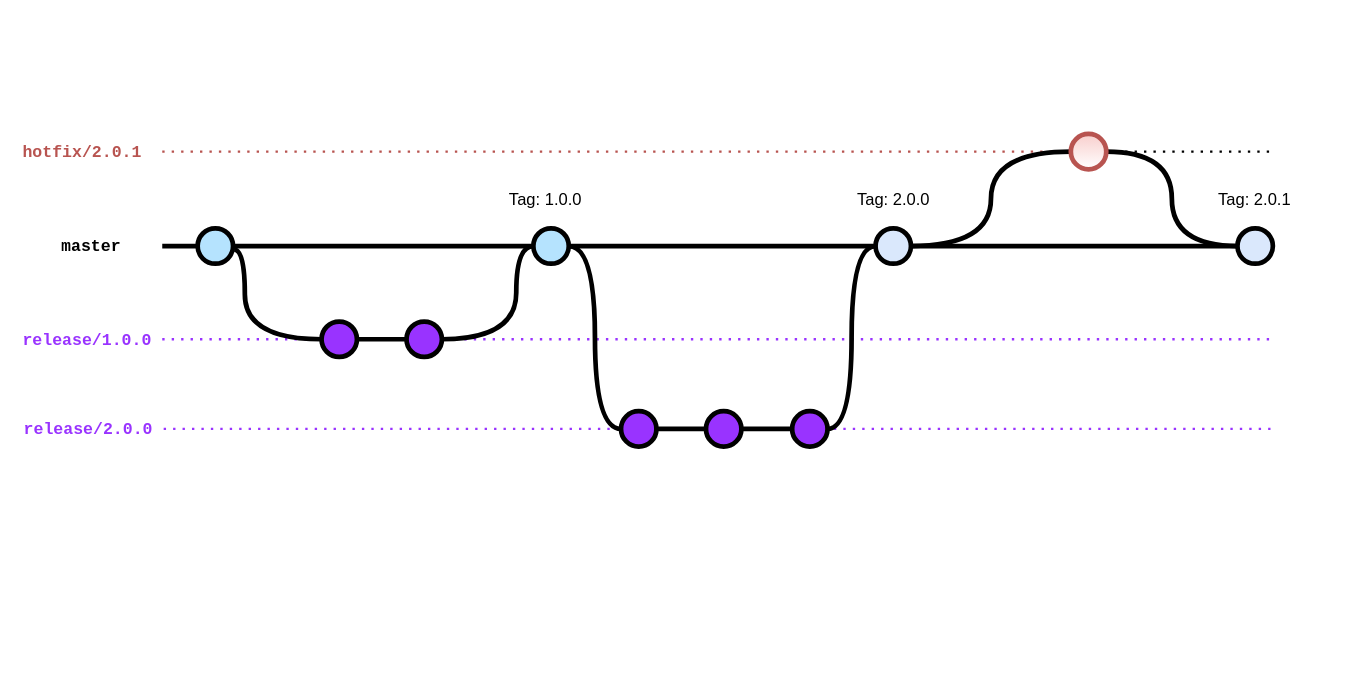
jmrablat/diagrams keeps this draw.io diagram as page "GIT - flow SDM" (4 of 4) of cashmgmt.drawio. Above is the earlier version. Source tidied: cells renumbered, new cells numbered last; positions are measured from the earlier drawing's top-left corner, leaving out a move shared by most shapes. Both pictures are drawn from the tidied source at 118%, with x=0, y=0 at pixel (20, 133).
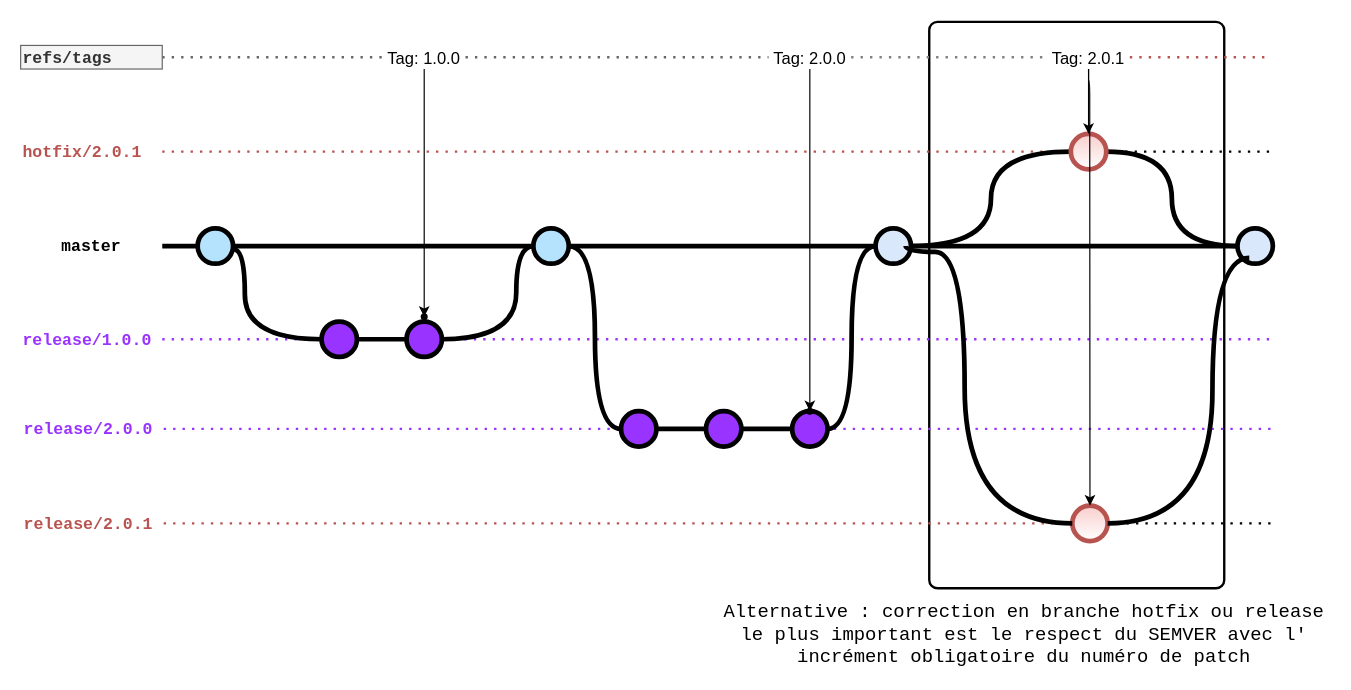
After the change.

Commit message (it also covers changes not shown here):
ajouté alternative pour correction et modifcations tags

The change refers to these unchanged cells:
```xml
<mxCell id="27" style="verticalLabelPosition=bottom;verticalAlign=top;html=1;strokeWidth=4;shape=mxgraph.flowchart.on-page_reference;plain-blue;gradientColor=#ffffff;strokeColor=#B85450;fillColor=#F8CECC;" parent="1" vertex="1">
  <mxGeometry x="890" width="30" height="30" as="geometry" />
</mxCell>
<mxCell id="29" style="verticalLabelPosition=bottom;verticalAlign=top;html=1;strokeWidth=4;shape=mxgraph.flowchart.on-page_reference;plain-blue;gradientColor=none;fillColor=#B5E3Fe;strokeColor=#000000;" parent="1" vertex="1">
  <mxGeometry x="150" y="80" width="30" height="30" as="geometry" />
</mxCell>
<mxCell id="32" style="verticalLabelPosition=bottom;verticalAlign=top;html=1;strokeWidth=4;shape=mxgraph.flowchart.on-page_reference;plain-purple;gradientColor=none;strokeColor=#000000;fillColor=#9933FF;" parent="1" vertex="1">
  <mxGeometry x="255" y="159" width="30" height="30" as="geometry" />
</mxCell>
```

Change to the diagram source:
```diff
@@
+    <mxCell id="36" style="rounded=1;whiteSpace=wrap;html=1;absoluteArcSize=1;arcSize=14;strokeWidth=2;fontFamily=Courier New;fontSize=16;fontColor=default;fillColor=none;" parent="1" vertex="1">
+      <mxGeometry x="770" y="-95" width="250" height="480" as="geometry" />
+    </mxCell>
@@
-    <mxCell id="21" value="Tag: 1.0.0" style="text;html=1;strokeColor=none;fillColor=none;align=center;verticalAlign=middle;whiteSpace=wrap;overflow=hidden;fontSize=14;" parent="1" vertex="1">
-      <mxGeometry x="410" y="45" width="70" height="20" as="geometry" />
-    </mxCell>
@@
-    <mxCell id="23" value="Tag: 2.0.1" style="text;html=1;strokeColor=none;fillColor=none;align=center;verticalAlign=middle;whiteSpace=wrap;overflow=hidden;fontSize=14;" parent="1" vertex="1">
-      <mxGeometry x="1011.2" y="45" width="70" height="20" as="geometry" />
-    </mxCell>
-    <mxCell id="24" value="Tag: 2.0.0" style="text;html=1;strokeColor=none;fillColor=none;align=center;verticalAlign=middle;whiteSpace=wrap;overflow=hidden;fontSize=14;" parent="1" vertex="1">
-      <mxGeometry x="704.5" y="45" width="70" height="20" as="geometry" />
-    </mxCell>
@@
+    <mxCell id="28" style="edgeStyle=orthogonalEdgeStyle;shape=connector;curved=1;rounded=0;jettySize=auto;html=1;labelBackgroundColor=default;fontFamily=Helvetica;fontSize=15;fontColor=default;endArrow=none;endFill=0;strokeColor=default;strokeWidth=4;entryX=0;entryY=0.5;entryDx=0;entryDy=0;entryPerimeter=0;exitX=1.033;exitY=0.6;exitDx=0;exitDy=0;exitPerimeter=0;" parent="1" edge="1" source="29" target="32">
+      <mxGeometry relative="1" as="geometry">
+        <Array as="points">
+          <mxPoint x="190" y="98" />
+          <mxPoint x="190" y="174" />
+        </Array>
+      </mxGeometry>
+    </mxCell>
@@
-    <mxCell id="28" style="edgeStyle=orthogonalEdgeStyle;shape=connector;curved=1;rounded=0;jettySize=auto;html=1;labelBackgroundColor=default;fontFamily=Helvetica;fontSize=15;fontColor=default;endArrow=none;endFill=0;strokeColor=default;strokeWidth=4;entryX=0;entryY=0.5;entryDx=0;entryDy=0;entryPerimeter=0;exitX=1.033;exitY=0.6;exitDx=0;exitDy=0;exitPerimeter=0;" parent="1" edge="1" source="29" target="32">
-      <mxGeometry relative="1" as="geometry">
-        <Array as="points">
-          <mxPoint x="190" y="98" />
-          <mxPoint x="190" y="174" />
-        </Array>
-      </mxGeometry>
-    </mxCell>
@@
+    <mxCell id="37" style="endArrow=none;dashed=1;html=1;dashPattern=1 3;strokeWidth=2;rounded=0;fontColor=#B85450;exitX=1;exitY=0.5;exitDx=0;exitDy=0;strokeColor=#B85450;startArrow=none;" parent="1" edge="1" source="23">
+      <mxGeometry relative="1" as="geometry">
+        <mxPoint x="1060" y="-65" as="targetPoint" />
+      </mxGeometry>
+    </mxCell>
+    <mxCell id="38" style="edgeStyle=orthogonalEdgeStyle;curved=1;rounded=0;jettySize=auto;html=1;" parent="1" edge="1" source="21" target="44">
+      <mxGeometry relative="1" as="geometry" />
+    </mxCell>
+    <mxCell id="21" value="Tag: 1.0.0" style="text;html=1;strokeColor=none;fillColor=none;align=center;verticalAlign=middle;whiteSpace=wrap;overflow=hidden;fontSize=14;" parent="1" vertex="1">
+      <mxGeometry x="307" y="-75" width="70" height="20" as="geometry" />
+    </mxCell>
+    <mxCell id="39" style="endArrow=none;dashed=1;html=1;dashPattern=1 3;strokeWidth=2;rounded=0;fontColor=#B85450;exitX=1;exitY=0.5;exitDx=0;exitDy=0;strokeColor=#666666;" parent="1" edge="1" target="21">
+      <mxGeometry relative="1" as="geometry">
+        <mxPoint x="120" y="-65" as="sourcePoint" />
+      </mxGeometry>
+    </mxCell>
+    <mxCell id="40" style="edgeStyle=orthogonalEdgeStyle;curved=1;rounded=0;jettySize=auto;html=1;" parent="1" edge="1" source="24" target="45">
+      <mxGeometry relative="1" as="geometry" />
+    </mxCell>
+    <mxCell id="24" value="Tag: 2.0.0" style="text;html=1;strokeColor=none;fillColor=none;align=center;verticalAlign=middle;whiteSpace=wrap;overflow=hidden;fontSize=14;" parent="1" vertex="1">
+      <mxGeometry x="633.8" y="-75" width="70" height="20" as="geometry" />
+    </mxCell>
+    <mxCell id="41" style="endArrow=none;dashed=1;html=1;dashPattern=1 3;strokeWidth=2;rounded=0;fontColor=#B85450;exitX=1;exitY=0.5;exitDx=0;exitDy=0;strokeColor=#666666;startArrow=none;" parent="1" edge="1" source="21" target="24">
+      <mxGeometry relative="1" as="geometry" />
+    </mxCell>
+    <mxCell id="42" style="edgeStyle=orthogonalEdgeStyle;curved=1;rounded=0;jettySize=auto;html=1;" parent="1" edge="1" source="23" target="27">
+      <mxGeometry relative="1" as="geometry" />
+    </mxCell>
+    <mxCell id="23" value="Tag: 2.0.1" style="text;html=1;strokeColor=none;fillColor=none;align=center;verticalAlign=middle;whiteSpace=wrap;overflow=hidden;fontSize=14;" parent="1" vertex="1">
+      <mxGeometry x="870" y="-75" width="70" height="20" as="geometry" />
+    </mxCell>
+    <mxCell id="43" style="endArrow=none;dashed=1;html=1;dashPattern=1 3;strokeWidth=2;rounded=0;fontColor=#B85450;exitX=1;exitY=0.5;exitDx=0;exitDy=0;strokeColor=#808080;startArrow=none;" parent="1" edge="1" source="24" target="23">
+      <mxGeometry relative="1" as="geometry" />
+    </mxCell>
+    <mxCell id="44" style="shape=waypoint;sketch=0;size=6;points=[];fillColor=none;perimeter=centerPerimeter;snapToPoint=1;" parent="1" vertex="1">
+      <mxGeometry x="322" y="135" width="40" height="40" as="geometry" />
+    </mxCell>
+    <mxCell id="45" style="shape=waypoint;sketch=0;size=6;points=[];fillColor=none;perimeter=centerPerimeter;snapToPoint=1;" parent="1" vertex="1">
+      <mxGeometry x="648.8" y="215" width="40" height="40" as="geometry" />
+    </mxCell>
+    <mxCell id="46" value="refs/tags" style="text;html=1;strokeColor=#666666;fillColor=#f5f5f5;align=left;verticalAlign=middle;whiteSpace=wrap;overflow=hidden;fontSize=14;fontStyle=1;fontFamily=Courier New;fontColor=#333333;" parent="1" vertex="1">
+      <mxGeometry y="-75" width="120" height="20" as="geometry" />
+    </mxCell>
+    <mxCell id="47" style="endArrow=none;dashed=1;html=1;dashPattern=1 3;strokeWidth=2;rounded=0;fontColor=#B85450;exitX=1;exitY=0.5;exitDx=0;exitDy=0;strokeColor=#B85450;" parent="1" edge="1" source="48" target="50">
+      <mxGeometry relative="1" as="geometry" />
+    </mxCell>
+    <mxCell id="48" value="release/2.0.1" style="text;html=1;strokeColor=none;fillColor=none;align=left;verticalAlign=middle;whiteSpace=wrap;overflow=hidden;fontSize=14;fontStyle=1;fontFamily=Courier New;fontColor=#B85450;" parent="1" vertex="1">
+      <mxGeometry x="1.2" y="320" width="120" height="20" as="geometry" />
+    </mxCell>
+    <mxCell id="49" style="endArrow=none;dashed=1;html=1;dashPattern=1 3;strokeWidth=2;rounded=0;startArrow=none;" parent="1" edge="1" source="50">
+      <mxGeometry relative="1" as="geometry">
+        <mxPoint x="1061.2" y="330" as="targetPoint" />
+      </mxGeometry>
+    </mxCell>
+    <mxCell id="50" style="verticalLabelPosition=bottom;verticalAlign=top;html=1;strokeWidth=4;shape=mxgraph.flowchart.on-page_reference;plain-blue;gradientColor=#ffffff;strokeColor=#B85450;fillColor=#F8CECC;" parent="1" vertex="1">
+      <mxGeometry x="891.2" y="315" width="30" height="30" as="geometry" />
+    </mxCell>
+    <mxCell id="51" style="edgeStyle=orthogonalEdgeStyle;curved=1;rounded=0;jettySize=auto;html=1;endArrow=none;endFill=0;strokeWidth=4;fontFamily=Courier New;fontSize=16;entryX=0;entryY=0.5;entryDx=0;entryDy=0;entryPerimeter=0;" parent="1" edge="1" target="50">
+      <mxGeometry relative="1" as="geometry">
+        <mxPoint x="750" y="95" as="sourcePoint" />
+        <Array as="points">
+          <mxPoint x="800" y="100" />
+          <mxPoint x="800" y="330" />
+        </Array>
+      </mxGeometry>
+    </mxCell>
+    <mxCell id="52" style="edgeStyle=orthogonalEdgeStyle;curved=1;rounded=0;jettySize=auto;html=1;exitX=0.5;exitY=1;exitDx=0;exitDy=0;entryX=0.5;entryY=0;entryDx=0;entryDy=0;entryPerimeter=0;" parent="1" edge="1" source="23" target="50">
+      <mxGeometry relative="1" as="geometry">
+        <Array as="points">
+          <mxPoint x="905" y="-45" />
+          <mxPoint x="906" y="-45" />
+          <mxPoint x="906" y="-17" />
+          <mxPoint x="906" y="-17" />
+        </Array>
+      </mxGeometry>
+    </mxCell>
+    <mxCell id="53" style="edgeStyle=orthogonalEdgeStyle;curved=1;rounded=0;jettySize=auto;html=1;endArrow=none;endFill=0;strokeWidth=4;fontFamily=Courier New;fontSize=16;entryX=0;entryY=0.5;entryDx=0;entryDy=0;entryPerimeter=0;exitX=1;exitY=0.5;exitDx=0;exitDy=0;exitPerimeter=0;" parent="1" edge="1" source="50">
+      <mxGeometry relative="1" as="geometry">
+        <mxPoint x="1041.2" y="105" as="targetPoint" />
+        <Array as="points">
+          <mxPoint x="1010" y="330" />
+          <mxPoint x="1010" y="105" />
+        </Array>
+      </mxGeometry>
+    </mxCell>
+    <mxCell id="54" value="Alternative : correction en branche hotfix ou release&lt;br&gt;le plus important est le respect du SEMVER avec l'&lt;br&gt;incrément obligatoire du numéro de patch" style="text;html=1;align=center;verticalAlign=middle;strokeColor=none;fillColor=none;fontSize=16;fontFamily=Courier New;fontColor=default;" parent="1" vertex="1">
+      <mxGeometry x="590" y="395" width="520" height="60" as="geometry" />
+    </mxCell>
```
